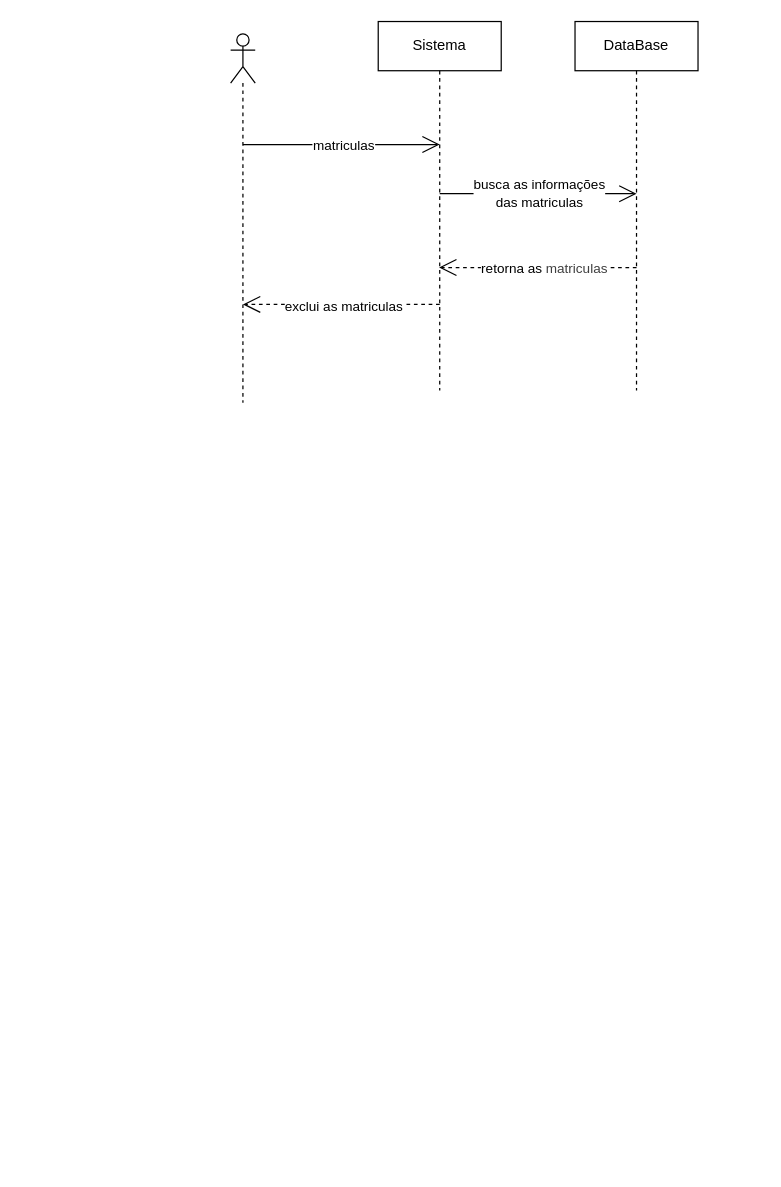
Above: page "excluir matriculas" (22 of 22) of diagramas/sequencias/sequencias.drawio in ismaelnata01-maker/sistema-de-gestao-escolar (draw.io), before the change. Source tidied: cells renumbered, new cells numbered last; positions are measured from the earlier drawing's top-left corner, leaving out a move shared by most shapes. Both pictures are drawn from the tidied source at 123%, with x=0, y=0 at pixel (230, 21).
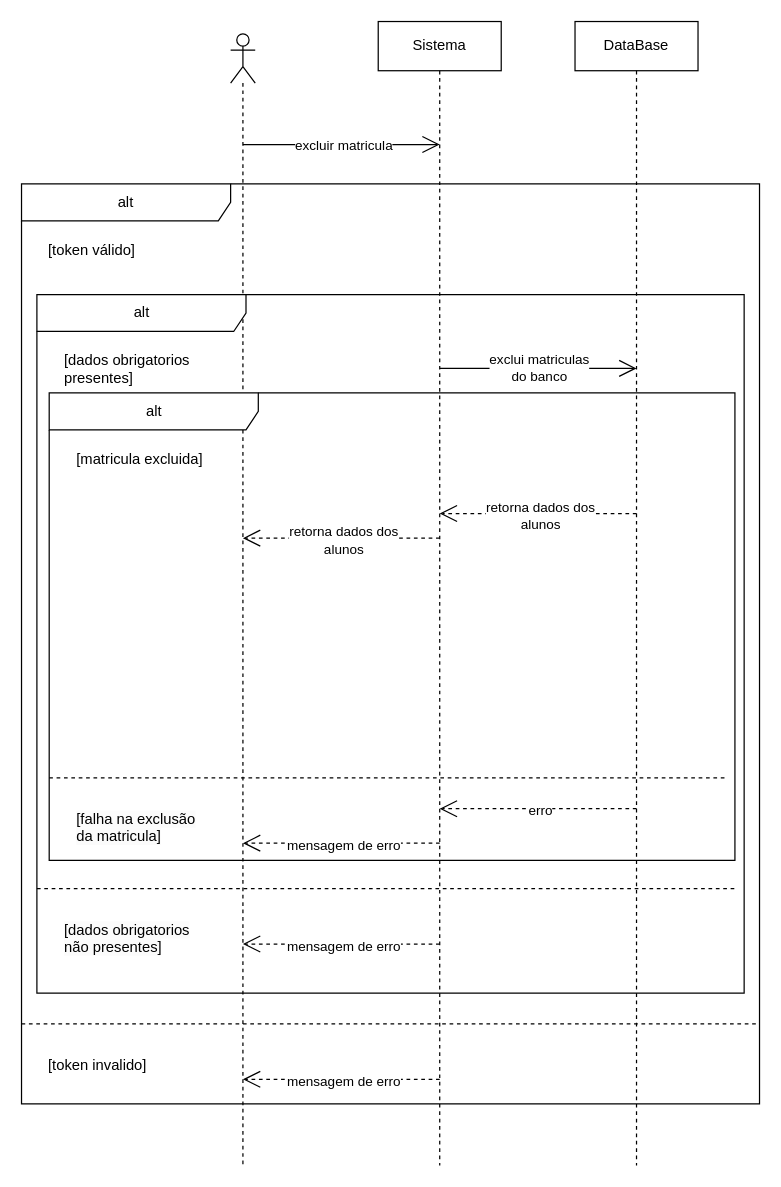
After the change.

What changed in the source:
```diff
@@
-    <mxCell id="2" style="endArrow=open;endFill=1;endSize=12;html=1;dashed=1;" parent="1" edge="1">
-      <mxGeometry relative="1" as="geometry">
-        <mxPoint x="330" y="200" as="sourcePoint" />
-        <mxPoint x="169.5" y="200" as="targetPoint" />
-        <Array as="points">
-          <mxPoint x="310" y="200" />
-        </Array>
-      </mxGeometry>
-    </mxCell>
-    <mxCell id="3" value="retorna as&lt;span style=&quot;color: rgb(63, 63, 63); background-color: light-dark(#ffffff, var(--ge-dark-color, #121212));&quot;&gt;&amp;nbsp;matriculas&lt;/span&gt;" style="edgeLabel;html=1;align=center;verticalAlign=middle;" parent="2" vertex="1">
-      <mxGeometry x="-0.05" relative="1" as="geometry" />
-    </mxCell>
-    <mxCell id="4" style="shape=umlLifeline;perimeter=lifelinePerimeter;whiteSpace=wrap;html=1;newEdgeStyle={&quot;curved&quot;:0,&quot;rounded&quot;:0};participant=umlActor;" parent="1" vertex="1">
-      <mxGeometry y="10" width="20" height="300" as="geometry" />
-    </mxCell>
+    <mxCell id="13" style="shape=umlLifeline;perimeter=lifelinePerimeter;whiteSpace=wrap;html=1;newEdgeStyle={&quot;curved&quot;:0,&quot;rounded&quot;:0};participant=umlActor;" parent="1" vertex="1">
+      <mxGeometry y="10" width="20" height="920" as="geometry" />
+    </mxCell>
     <mxCell id="5" value="Sistema" style="shape=umlLifeline;perimeter=lifelinePerimeter;whiteSpace=wrap;html=1;newEdgeStyle={&quot;curved&quot;:0,&quot;rounded&quot;:0};" parent="1" vertex="1">
-      <mxGeometry x="120" width="100" height="300" as="geometry" />
+      <mxGeometry x="120" width="100" height="930" as="geometry" />
     </mxCell>
     <mxCell id="6" value="DataBase" style="shape=umlLifeline;perimeter=lifelinePerimeter;whiteSpace=wrap;html=1;newEdgeStyle={&quot;curved&quot;:0,&quot;rounded&quot;:0};" parent="1" vertex="1">
-      <mxGeometry x="280" width="100" height="300" as="geometry" />
+      <mxGeometry x="280" width="100" height="930" as="geometry" />
     </mxCell>
-    <mxCell id="7" style="endArrow=open;endFill=1;endSize=12;html=1;" parent="1" edge="1">
-      <mxGeometry relative="1" as="geometry">
-        <mxPoint x="10" y="100" as="sourcePoint" />
-        <mxPoint x="170" y="100" as="targetPoint" />
-      </mxGeometry>
-    </mxCell>
-    <mxCell id="8" value="matriculas" style="edgeLabel;html=1;align=center;verticalAlign=middle;" parent="7" vertex="1">
-      <mxGeometry x="0.01" relative="1" as="geometry" />
-    </mxCell>
-    <mxCell id="9" style="endArrow=open;endFill=1;endSize=12;html=1;" parent="1" edge="1">
-      <mxGeometry relative="1" as="geometry">
-        <mxPoint x="170" y="140" as="sourcePoint" />
-        <mxPoint x="330" y="140" as="targetPoint" />
-      </mxGeometry>
-    </mxCell>
-    <mxCell id="10" value="busca as informações&lt;div&gt;das matriculas&lt;/div&gt;" style="edgeLabel;html=1;align=center;verticalAlign=middle;" parent="9" vertex="1">
-      <mxGeometry y="1" relative="1" as="geometry" />
-    </mxCell>
-    <mxCell id="11" style="endArrow=open;endFill=1;endSize=12;html=1;dashed=1;" parent="1" edge="1">
-      <mxGeometry relative="1" as="geometry">
-        <mxPoint x="170" y="230" as="sourcePoint" />
-        <mxPoint x="10" y="230" as="targetPoint" />
-      </mxGeometry>
-    </mxCell>
-    <mxCell id="12" value="exclui as matriculas" style="edgeLabel;html=1;align=center;verticalAlign=middle;" parent="11" vertex="1">
-      <mxGeometry x="-0.01" y="1" relative="1" as="geometry" />
-    </mxCell>
+    <mxCell id="14" style="endArrow=open;endFill=1;endSize=12;html=1;" parent="1" edge="1">
+      <mxGeometry relative="1" as="geometry">
+        <mxPoint x="10" y="100" as="sourcePoint" />
+        <mxPoint x="170" y="100" as="targetPoint" />
+      </mxGeometry>
+    </mxCell>
+    <mxCell id="15" value="excluir matricula" style="edgeLabel;html=1;align=center;verticalAlign=middle;" parent="14" vertex="1">
+      <mxGeometry x="0.01" relative="1" as="geometry" />
+    </mxCell>
+    <mxCell id="16" value="alt" style="shape=umlFrame;whiteSpace=wrap;html=1;width=170;" parent="1" vertex="1">
+      <mxGeometry x="-170" y="132" width="600" height="748" as="geometry" />
+    </mxCell>
+    <mxCell id="17" value="[token válido]" style="text;html=1;" parent="16" vertex="1">
+      <mxGeometry width="100" height="20" relative="1" as="geometry">
+        <mxPoint x="20" y="40" as="offset" />
+      </mxGeometry>
+    </mxCell>
+    <mxCell id="18" value="[token invalido]" style="line;strokeWidth=1;dashed=1;labelPosition=center;verticalLabelPosition=bottom;align=left;verticalAlign=top;spacingLeft=20;spacingTop=15;html=1;whiteSpace=wrap;" parent="16" vertex="1">
+      <mxGeometry y="678" width="600" height="10" as="geometry" />
+    </mxCell>
+    <mxCell id="19" style="endArrow=open;endFill=1;endSize=12;html=1;dashed=1;" parent="16" edge="1">
+      <mxGeometry relative="1" as="geometry">
+        <mxPoint x="340" y="728" as="sourcePoint" />
+        <mxPoint x="180" y="728" as="targetPoint" />
+      </mxGeometry>
+    </mxCell>
+    <mxCell id="20" value="mensagem de erro" style="edgeLabel;html=1;align=center;verticalAlign=middle;" parent="19" vertex="1">
+      <mxGeometry x="-0.01" y="1" relative="1" as="geometry" />
+    </mxCell>
+    <mxCell id="21" value="alt" style="shape=umlFrame;whiteSpace=wrap;html=1;width=170;" parent="16" vertex="1">
+      <mxGeometry x="12.5" y="90" width="575" height="568" as="geometry" />
+    </mxCell>
+    <mxCell id="22" value="[dados obrigatorios&lt;div&gt;presentes]&lt;/div&gt;" style="text;html=1;" parent="21" vertex="1">
+      <mxGeometry width="100" height="20" relative="1" as="geometry">
+        <mxPoint x="20" y="40" as="offset" />
+      </mxGeometry>
+    </mxCell>
+    <mxCell id="23" value="&lt;span style=&quot;text-wrap-mode: nowrap; background-color: rgb(251, 251, 251);&quot;&gt;[dados obrigatorios&lt;/span&gt;&lt;div&gt;&lt;span style=&quot;text-wrap-mode: nowrap; background-color: rgb(251, 251, 251);&quot;&gt;não presentes]&lt;/span&gt;&lt;/div&gt;" style="line;strokeWidth=1;dashed=1;labelPosition=center;verticalLabelPosition=bottom;align=left;verticalAlign=top;spacingLeft=20;spacingTop=15;html=1;whiteSpace=wrap;" parent="21" vertex="1">
+      <mxGeometry y="478" width="570" height="10" as="geometry" />
+    </mxCell>
+    <mxCell id="24" style="endArrow=open;endFill=1;endSize=12;html=1;dashed=1;" parent="21" edge="1">
+      <mxGeometry relative="1" as="geometry">
+        <mxPoint x="327.5" y="528" as="sourcePoint" />
+        <mxPoint x="167.5" y="528" as="targetPoint" />
+      </mxGeometry>
+    </mxCell>
+    <mxCell id="25" value="mensagem de erro" style="edgeLabel;html=1;align=center;verticalAlign=middle;" parent="24" vertex="1">
+      <mxGeometry x="-0.01" y="1" relative="1" as="geometry" />
+    </mxCell>
+    <mxCell id="26" value="alt" style="shape=umlFrame;whiteSpace=wrap;html=1;width=170;" parent="21" vertex="1">
+      <mxGeometry x="10" y="80" width="557.5" height="380" as="geometry" />
+    </mxCell>
+    <mxCell id="27" value="[matricula excluida]" style="text;html=1;" parent="26" vertex="1">
+      <mxGeometry width="100" height="20" relative="1" as="geometry">
+        <mxPoint x="20" y="40" as="offset" />
+      </mxGeometry>
+    </mxCell>
+    <mxCell id="28" value="&lt;span style=&quot;text-wrap-mode: nowrap; background-color: rgb(251, 251, 251);&quot;&gt;[falha na exclusão&lt;/span&gt;&lt;div&gt;&lt;span style=&quot;text-wrap-mode: nowrap; background-color: rgb(251, 251, 251);&quot;&gt;da matricula]&lt;/span&gt;&lt;/div&gt;" style="line;strokeWidth=1;dashed=1;labelPosition=center;verticalLabelPosition=bottom;align=left;verticalAlign=top;spacingLeft=20;spacingTop=15;html=1;whiteSpace=wrap;" parent="26" vertex="1">
+      <mxGeometry y="308" width="550" height="10" as="geometry" />
+    </mxCell>
+    <mxCell id="29" style="endArrow=open;endFill=1;endSize=12;html=1;dashed=1;" parent="26" edge="1">
+      <mxGeometry relative="1" as="geometry">
+        <mxPoint x="317.5" y="366" as="sourcePoint" />
+        <mxPoint x="157.5" y="366" as="targetPoint" />
+      </mxGeometry>
+    </mxCell>
+    <mxCell id="30" value="mensagem de erro" style="edgeLabel;html=1;align=center;verticalAlign=middle;" parent="29" vertex="1">
+      <mxGeometry x="-0.01" y="1" relative="1" as="geometry" />
+    </mxCell>
+    <mxCell id="31" style="endArrow=open;endFill=1;endSize=12;html=1;dashed=1;" parent="26" edge="1">
+      <mxGeometry relative="1" as="geometry">
+        <mxPoint x="477.5" y="338" as="sourcePoint" />
+        <mxPoint x="317.5" y="338" as="targetPoint" />
+      </mxGeometry>
+    </mxCell>
+    <mxCell id="32" value="erro" style="edgeLabel;html=1;align=center;verticalAlign=middle;" parent="31" vertex="1">
+      <mxGeometry x="-0.01" y="1" relative="1" as="geometry" />
+    </mxCell>
+    <mxCell id="33" style="endArrow=open;endFill=1;endSize=12;html=1;dashed=1;" parent="26" edge="1">
+      <mxGeometry relative="1" as="geometry">
+        <mxPoint x="477.5" y="98" as="sourcePoint" />
+        <mxPoint x="317.5" y="98" as="targetPoint" />
+      </mxGeometry>
+    </mxCell>
+    <mxCell id="34" value="retorna dados dos&lt;div&gt;alunos&lt;/div&gt;" style="edgeLabel;html=1;align=center;verticalAlign=middle;" parent="33" vertex="1">
+      <mxGeometry x="-0.01" y="1" relative="1" as="geometry" />
+    </mxCell>
+    <mxCell id="35" style="endArrow=open;endFill=1;endSize=12;html=1;dashed=1;" parent="26" edge="1">
+      <mxGeometry relative="1" as="geometry">
+        <mxPoint x="317.5" y="118" as="sourcePoint" />
+        <mxPoint x="157.5" y="118" as="targetPoint" />
+      </mxGeometry>
+    </mxCell>
+    <mxCell id="36" value="retorna dados dos&lt;div&gt;alunos&lt;/div&gt;" style="edgeLabel;html=1;align=center;verticalAlign=middle;" parent="35" vertex="1">
+      <mxGeometry x="-0.01" y="1" relative="1" as="geometry" />
+    </mxCell>
+    <mxCell id="37" style="endArrow=open;endFill=1;endSize=12;html=1;" parent="21" edge="1">
+      <mxGeometry relative="1" as="geometry">
+        <mxPoint x="327.5" y="60" as="sourcePoint" />
+        <mxPoint x="487.5" y="60" as="targetPoint" />
+      </mxGeometry>
+    </mxCell>
+    <mxCell id="38" value="exclui matriculas&lt;div&gt;do banco&lt;/div&gt;" style="edgeLabel;html=1;align=center;verticalAlign=middle;" parent="37" vertex="1">
+      <mxGeometry y="1" relative="1" as="geometry" />
+    </mxCell>
```
